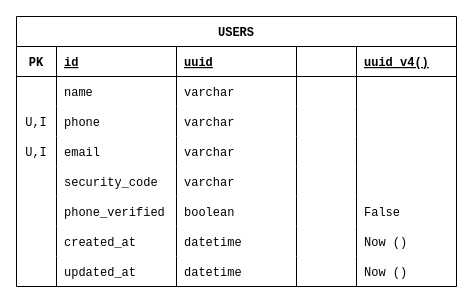
Before: page "User" (2 of 7) of requirements/Database ERD.drawio in foxxxesky/Final-Projects-Backend-OVO, a draw.io diagram. Source tidied: cells renumbered, new cells numbered last; positions are measured from the earlier drawing's top-left corner, leaving out a move shared by most shapes. Both pictures are drawn from the tidied source at 100%, with x=0, y=0 at pixel (16, 16).
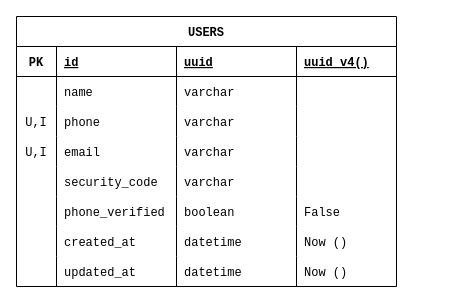
Above is the later version.

What changed in the source:
```diff
@@
     <mxCell id="2" value="USERS" style="shape=table;startSize=30;childLayout=tableLayout;rowLines=0;fontStyle=1;align=center;fontFamily=Courier New;" parent="1" vertex="1">
-      <mxGeometry width="440" height="270" as="geometry" />
+      <mxGeometry width="380" height="270" as="geometry" />
     </mxCell>
     <mxCell id="3" style="shape=tableRow;horizontal=0;startSize=0;swimlaneHead=0;swimlaneBody=0;fillColor=none;top=0;left=0;right=0;bottom=1;fontFamily=Courier New;" parent="2" vertex="1">
-      <mxGeometry y="30" width="440" height="30" as="geometry" />
+      <mxGeometry y="30" width="380" height="30" as="geometry" />
     </mxCell>
@@
-    <mxCell id="7" style="shape=partialRectangle;fillColor=none;top=0;left=0;bottom=0;right=0;align=left;spacingLeft=6;fontStyle=5;overflow=hidden;fontFamily=Courier New;" parent="3" vertex="1">
-      <mxGeometry x="280" width="60" height="30" as="geometry" />
-    </mxCell>
     <mxCell id="8" value="uuid_v4()" style="shape=partialRectangle;fillColor=none;top=0;left=0;bottom=0;right=0;align=left;spacingLeft=6;fontStyle=5;overflow=hidden;fontFamily=Courier New;" parent="3" vertex="1">
-      <mxGeometry x="340" width="100" height="30" as="geometry" />
+      <mxGeometry x="280" width="100" height="30" as="geometry" />
     </mxCell>
     <mxCell id="9" style="shape=tableRow;horizontal=0;startSize=0;swimlaneHead=0;swimlaneBody=0;fillColor=none;top=0;left=0;right=0;bottom=0;fontFamily=Courier New;" parent="2" vertex="1">
-      <mxGeometry y="60" width="440" height="30" as="geometry" />
+      <mxGeometry y="60" width="380" height="30" as="geometry" />
     </mxCell>
@@
-    <mxCell id="13" style="shape=partialRectangle;fillColor=none;top=0;left=0;bottom=0;right=0;align=left;spacingLeft=6;overflow=hidden;fontFamily=Courier New;" parent="9" vertex="1">
-      <mxGeometry x="280" width="60" height="30" as="geometry" />
-    </mxCell>
     <mxCell id="14" style="shape=partialRectangle;fillColor=none;top=0;left=0;bottom=0;right=0;align=left;spacingLeft=6;overflow=hidden;fontFamily=Courier New;" parent="9" vertex="1">
-      <mxGeometry x="340" width="100" height="30" as="geometry" />
+      <mxGeometry x="280" width="100" height="30" as="geometry" />
     </mxCell>
     <mxCell id="15" style="shape=tableRow;horizontal=0;startSize=0;swimlaneHead=0;swimlaneBody=0;fillColor=none;top=0;left=0;right=0;bottom=0;fontFamily=Courier New;" parent="2" vertex="1">
-      <mxGeometry y="90" width="440" height="30" as="geometry" />
+      <mxGeometry y="90" width="380" height="30" as="geometry" />
     </mxCell>
@@
-    <mxCell id="19" style="shape=partialRectangle;fillColor=none;top=0;left=0;bottom=0;right=0;align=left;spacingLeft=6;overflow=hidden;fontFamily=Courier New;" parent="15" vertex="1">
-      <mxGeometry x="280" width="60" height="30" as="geometry" />
-    </mxCell>
     <mxCell id="20" style="shape=partialRectangle;fillColor=none;top=0;left=0;bottom=0;right=0;align=left;spacingLeft=6;overflow=hidden;fontFamily=Courier New;" parent="15" vertex="1">
-      <mxGeometry x="340" width="100" height="30" as="geometry" />
+      <mxGeometry x="280" width="100" height="30" as="geometry" />
     </mxCell>
     <mxCell id="21" style="shape=tableRow;horizontal=0;startSize=0;swimlaneHead=0;swimlaneBody=0;fillColor=none;top=0;left=0;right=0;bottom=0;fontFamily=Courier New;" parent="2" vertex="1">
-      <mxGeometry y="120" width="440" height="30" as="geometry" />
+      <mxGeometry y="120" width="380" height="30" as="geometry" />
     </mxCell>
@@
-    <mxCell id="25" style="shape=partialRectangle;fillColor=none;top=0;left=0;bottom=0;right=0;align=left;spacingLeft=6;overflow=hidden;fontFamily=Courier New;" parent="21" vertex="1">
-      <mxGeometry x="280" width="60" height="30" as="geometry" />
-    </mxCell>
     <mxCell id="26" style="shape=partialRectangle;fillColor=none;top=0;left=0;bottom=0;right=0;align=left;spacingLeft=6;overflow=hidden;fontFamily=Courier New;" parent="21" vertex="1">
-      <mxGeometry x="340" width="100" height="30" as="geometry" />
+      <mxGeometry x="280" width="100" height="30" as="geometry" />
     </mxCell>
     <mxCell id="27" style="shape=tableRow;horizontal=0;startSize=0;swimlaneHead=0;swimlaneBody=0;fillColor=none;top=0;left=0;right=0;bottom=0;fontFamily=Courier New;" parent="2" vertex="1">
-      <mxGeometry y="150" width="440" height="30" as="geometry" />
+      <mxGeometry y="150" width="380" height="30" as="geometry" />
     </mxCell>
@@
-    <mxCell id="31" style="shape=partialRectangle;fillColor=none;top=0;left=0;bottom=0;right=0;align=left;spacingLeft=6;overflow=hidden;fontFamily=Courier New;" parent="27" vertex="1">
-      <mxGeometry x="280" width="60" height="30" as="geometry" />
-    </mxCell>
     <mxCell id="32" style="shape=partialRectangle;fillColor=none;top=0;left=0;bottom=0;right=0;align=left;spacingLeft=6;overflow=hidden;fontFamily=Courier New;" parent="27" vertex="1">
-      <mxGeometry x="340" width="100" height="30" as="geometry" />
+      <mxGeometry x="280" width="100" height="30" as="geometry" />
     </mxCell>
     <mxCell id="33" style="shape=tableRow;horizontal=0;startSize=0;swimlaneHead=0;swimlaneBody=0;fillColor=none;top=0;left=0;right=0;bottom=0;fontFamily=Courier New;" parent="2" vertex="1">
-      <mxGeometry y="180" width="440" height="30" as="geometry" />
+      <mxGeometry y="180" width="380" height="30" as="geometry" />
     </mxCell>
@@
-    <mxCell id="37" style="shape=partialRectangle;fillColor=none;top=0;left=0;bottom=0;right=0;align=left;spacingLeft=6;overflow=hidden;fontFamily=Courier New;" parent="33" vertex="1">
-      <mxGeometry x="280" width="60" height="30" as="geometry" />
-    </mxCell>
     <mxCell id="38" value="False" style="shape=partialRectangle;fillColor=none;top=0;left=0;bottom=0;right=0;align=left;spacingLeft=6;overflow=hidden;fontFamily=Courier New;" parent="33" vertex="1">
-      <mxGeometry x="340" width="100" height="30" as="geometry" />
+      <mxGeometry x="280" width="100" height="30" as="geometry" />
     </mxCell>
     <mxCell id="39" style="shape=tableRow;horizontal=0;startSize=0;swimlaneHead=0;swimlaneBody=0;fillColor=none;top=0;left=0;right=0;bottom=0;fontFamily=Courier New;" parent="2" vertex="1">
-      <mxGeometry y="210" width="440" height="30" as="geometry" />
+      <mxGeometry y="210" width="380" height="30" as="geometry" />
     </mxCell>
@@
-    <mxCell id="43" style="shape=partialRectangle;fillColor=none;top=0;left=0;bottom=0;right=0;align=left;spacingLeft=6;overflow=hidden;fontFamily=Courier New;" parent="39" vertex="1">
-      <mxGeometry x="280" width="60" height="30" as="geometry" />
-    </mxCell>
     <mxCell id="44" value="Now ()" style="shape=partialRectangle;fillColor=none;top=0;left=0;bottom=0;right=0;align=left;spacingLeft=6;overflow=hidden;fontFamily=Courier New;" parent="39" vertex="1">
-      <mxGeometry x="340" width="100" height="30" as="geometry" />
+      <mxGeometry x="280" width="100" height="30" as="geometry" />
     </mxCell>
     <mxCell id="45" style="shape=tableRow;horizontal=0;startSize=0;swimlaneHead=0;swimlaneBody=0;fillColor=none;top=0;left=0;right=0;bottom=0;fontFamily=Courier New;" parent="2" vertex="1">
-      <mxGeometry y="240" width="440" height="30" as="geometry" />
+      <mxGeometry y="240" width="380" height="30" as="geometry" />
     </mxCell>
@@
-    <mxCell id="49" style="shape=partialRectangle;fillColor=none;top=0;left=0;bottom=0;right=0;align=left;spacingLeft=6;overflow=hidden;fontFamily=Courier New;" parent="45" vertex="1">
-      <mxGeometry x="280" width="60" height="30" as="geometry" />
-    </mxCell>
     <mxCell id="50" value="Now ()" style="shape=partialRectangle;fillColor=none;top=0;left=0;bottom=0;right=0;align=left;spacingLeft=6;overflow=hidden;fontFamily=Courier New;" parent="45" vertex="1">
-      <mxGeometry x="340" width="100" height="30" as="geometry" />
+      <mxGeometry x="280" width="100" height="30" as="geometry" />
     </mxCell>
```
